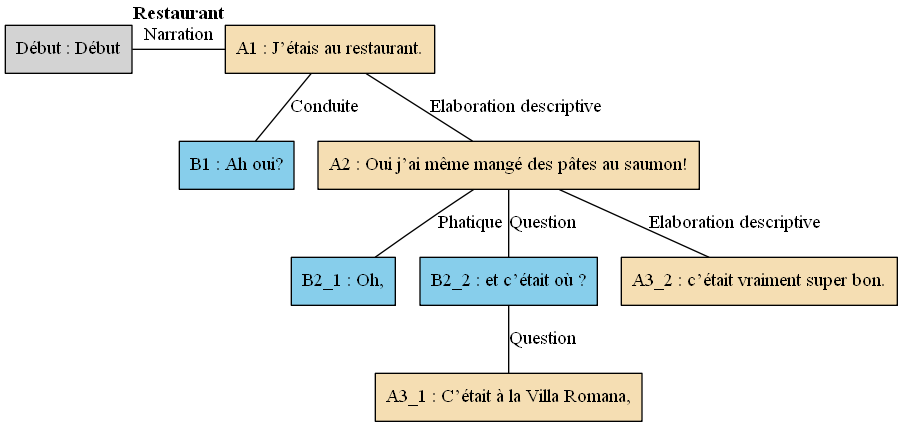
Earlier version of the Graphviz export arbres/Bac_a_sable/Bac_a_sable_-_A11.gv.png (AlaixComet/AnnotationSlamPTut). Its source is kept beside it as arbres/Bac_a_sable/Bac_a_sable_-_A11.gv.
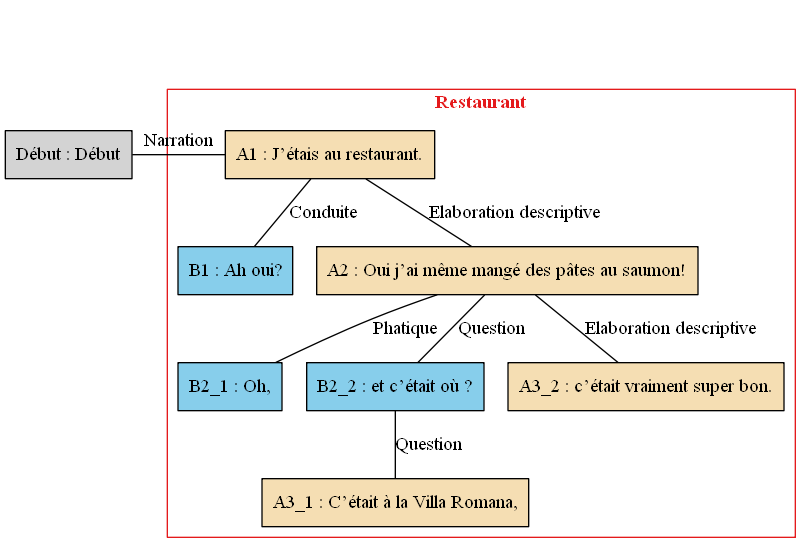
After the change.

What changed in the source:
```diff
@@ -1,23 +1,35 @@
 digraph A11 {
 	node [shape=box style=filled]
-	"Début" [label="Début : Début" xlabel=""]
-	A1 [label="A1 : J’étais au restaurant." fillcolor=wheat xlabel=<<B>Restaurant</B>>]
-	B1 [label="B1 : Ah oui?" fillcolor=skyblue xlabel=""]
-	A2 [label="A2 : Oui j’ai même mangé des pâtes au saumon!" fillcolor=wheat xlabel=""]
-	B2_1 [label="B2_1 : Oh," fillcolor=skyblue xlabel=""]
-	B2_2 [label="B2_2 : et c’était où ?" fillcolor=skyblue xlabel=""]
-	A3_1 [label="A3_1 : C’était à la Villa Romana," fillcolor=wheat xlabel=""]
-	A3_2 [label="A3_2 : c’était vraiment super bon." fillcolor=wheat xlabel=""]
-	{
-		rank=same
-		"Début"
+	newrank=true
+	zero [style=invis]
+	"Début" [label="Début : Début"]
+	A1 [label="A1 : J’étais au restaurant." fillcolor=wheat]
+	B1 [label="B1 : Ah oui?" fillcolor=skyblue]
+	A2 [label="A2 : Oui j’ai même mangé des pâtes au saumon!" fillcolor=wheat]
+	B2_1 [label="B2_1 : Oh," fillcolor=skyblue]
+	B2_2 [label="B2_2 : et c’était où ?" fillcolor=skyblue]
+	A3_1 [label="A3_1 : C’était à la Villa Romana," fillcolor=wheat]
+	A3_2 [label="A3_2 : c’était vraiment super bon." fillcolor=wheat]
+	zero -> "Début" [label="" style=invis]
+	zero -> A1 [style=invis weight=1]
+	"Début" -> A1 [label=Narration constraint=false dir=none]
+	A1 -> B1 [label=Conduite dir=none weight=2]
+	A1 -> A2 [label="Elaboration descriptive" dir=none weight=2]
+	A2 -> B2_1 [label=Phatique dir=none weight=2]
+	A2 -> B2_2 [label=Question dir=none weight=2]
+	B2_2 -> A3_1 [label=Question dir=none weight=2]
+	A2 -> A3_2 [label="Elaboration descriptive" dir=none weight=2]
+	subgraph cluster_1 {
+		label=<<B>Restaurant</B>>
+		colorscheme=set19
+		color=1
+		fontcolor=1
 		A1
-		"Début" -> A1 [label=Narration dir=none]
+		B1
+		A2
+		B2_1
+		B2_2
+		A3_1
+		A3_2
 	}
-	A1 -> B1 [label=Conduite dir=none]
-	A1 -> A2 [label="Elaboration descriptive" dir=none]
-	A2 -> B2_1 [label=Phatique dir=none]
-	A2 -> B2_2 [label=Question dir=none]
-	B2_2 -> A3_1 [label=Question dir=none]
-	A2 -> A3_2 [label="Elaboration descriptive" dir=none]
 }
```
